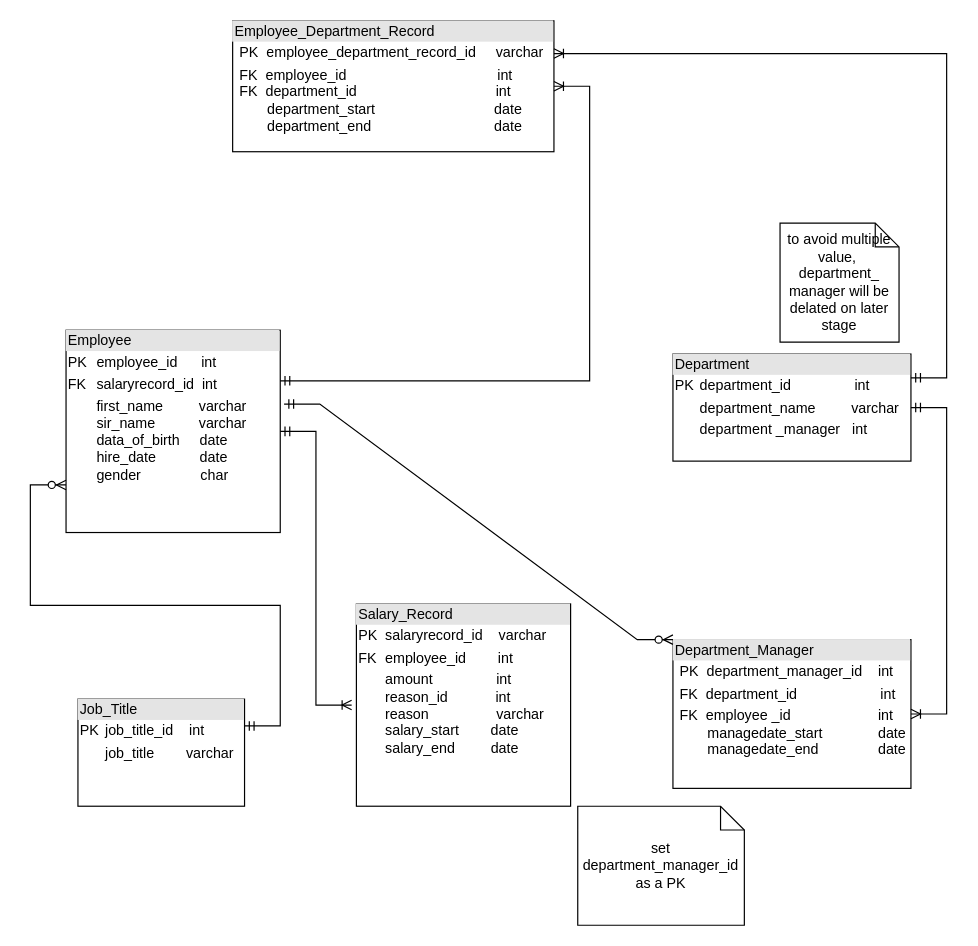
Above: page "Page-4 logical (Relational Data Model)" (4 of 5) of Untitled Diagram.drawio in eminishimoto/db_ca1 (draw.io), before the change. Source tidied: cells renumbered, new cells numbered last; positions are measured from the earlier drawing's top-left corner, leaving out a move shared by most shapes. Both pictures are drawn from the tidied source at 119%, with x=0, y=0 at pixel (65, 20).
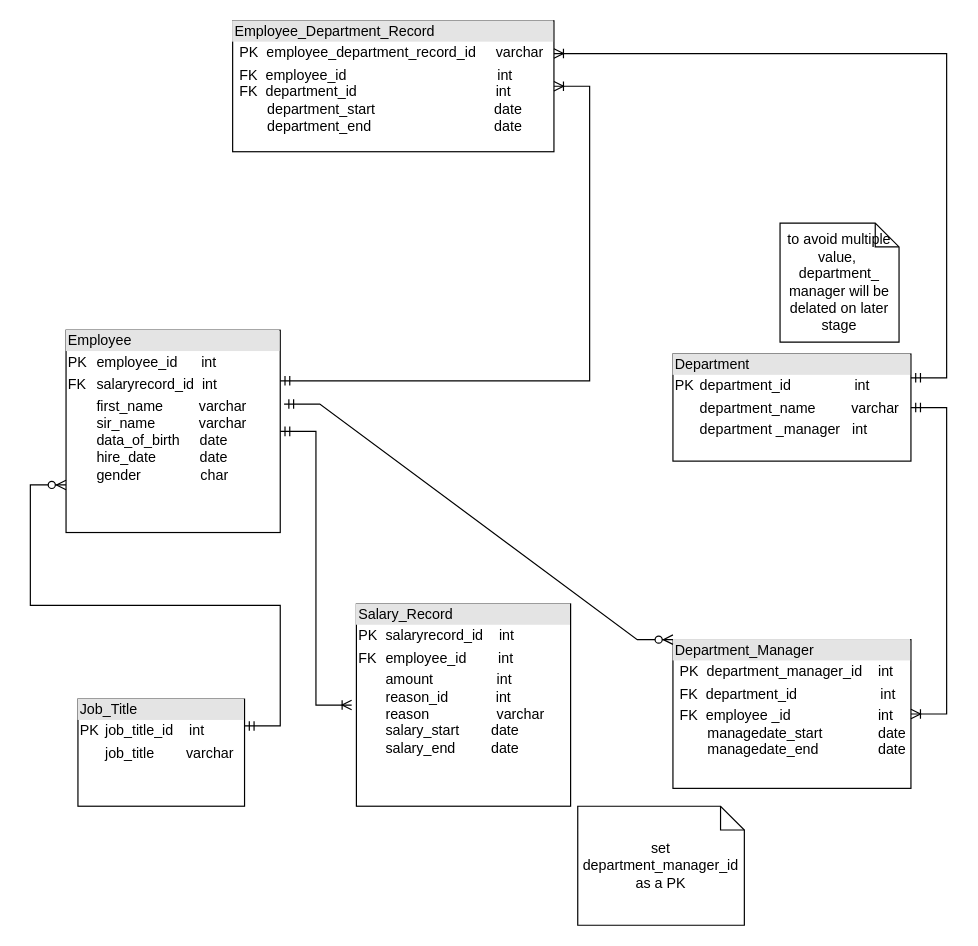
After the change.

What changed in the source:
```diff
@@
 <mxGraphModel>
   <root>
     <mxCell id="0" />
     <mxCell id="1" parent="0" />
     <mxCell id="2" value="&lt;div style=&quot;box-sizing:border-box;width:100%;background:#e4e4e4;padding:2px;&quot;&gt;Job_Title&lt;/div&gt;&lt;table style=&quot;width:100%;font-size:1em;&quot; cellpadding=&quot;2&quot; cellspacing=&quot;0&quot;&gt;&lt;tbody&gt;&lt;tr&gt;&lt;td&gt;PK&lt;/td&gt;&lt;td&gt;job_title_id&amp;nbsp; &amp;nbsp; int&lt;/td&gt;&lt;/tr&gt;&lt;tr&gt;&lt;td&gt;&lt;br&gt;&lt;/td&gt;&lt;td&gt;job_title&amp;nbsp; &amp;nbsp; &amp;nbsp; &amp;nbsp; varchar&lt;/td&gt;&lt;/tr&gt;&lt;tr&gt;&lt;td&gt;&lt;/td&gt;&lt;td&gt;&lt;br&gt;&lt;/td&gt;&lt;/tr&gt;&lt;/tbody&gt;&lt;/table&gt;" style="verticalAlign=top;align=left;overflow=fill;html=1;" parent="1" vertex="1">
       <mxGeometry x="10" y="570" width="140" height="90" as="geometry" />
     </mxCell>
     <mxCell id="3" value="&lt;div style=&quot;box-sizing:border-box;width:100%;background:#e4e4e4;padding:2px;&quot;&gt;Department&lt;/div&gt;&lt;table style=&quot;width:100%;font-size:1em;&quot; cellpadding=&quot;2&quot; cellspacing=&quot;0&quot;&gt;&lt;tbody&gt;&lt;tr&gt;&lt;td&gt;PK&lt;/td&gt;&lt;td&gt;department_id&amp;nbsp; &amp;nbsp; &amp;nbsp; &amp;nbsp; &amp;nbsp; &amp;nbsp; &amp;nbsp; &amp;nbsp; int&lt;/td&gt;&lt;/tr&gt;&lt;tr&gt;&lt;td&gt;&lt;br&gt;&lt;/td&gt;&lt;td&gt;department_name&amp;nbsp; &amp;nbsp; &amp;nbsp; &amp;nbsp; &amp;nbsp;varchar&lt;/td&gt;&lt;/tr&gt;&lt;tr&gt;&lt;td&gt;&lt;/td&gt;&lt;td&gt;department _manager&amp;nbsp; &amp;nbsp;int&lt;/td&gt;&lt;/tr&gt;&lt;/tbody&gt;&lt;/table&gt;" style="verticalAlign=top;align=left;overflow=fill;html=1;" parent="1" vertex="1">
       <mxGeometry x="510" y="280" width="200" height="90" as="geometry" />
     </mxCell>
     <mxCell id="4" value="&lt;div style=&quot;box-sizing:border-box;width:100%;background:#e4e4e4;padding:2px;&quot;&gt;Department_Manager&lt;/div&gt;&lt;table style=&quot;width:100%;font-size:1em;&quot; cellpadding=&quot;2&quot; cellspacing=&quot;0&quot;&gt;&lt;tbody&gt;&lt;tr&gt;&lt;td&gt;&lt;br&gt;&lt;/td&gt;&lt;td&gt;PK&amp;nbsp; department_manager_id&amp;nbsp; &amp;nbsp; int&lt;/td&gt;&lt;/tr&gt;&lt;tr&gt;&lt;td&gt;&lt;br&gt;&lt;/td&gt;&lt;td&gt;FK&amp;nbsp; department_id&amp;nbsp; &amp;nbsp; &amp;nbsp; &amp;nbsp; &amp;nbsp; &amp;nbsp; &amp;nbsp; &amp;nbsp; &amp;nbsp; &amp;nbsp; &amp;nbsp;int&lt;/td&gt;&lt;/tr&gt;&lt;tr&gt;&lt;td&gt;&lt;br&gt;&lt;/td&gt;&lt;td&gt;FK&amp;nbsp; employee _id&amp;nbsp; &amp;nbsp; &amp;nbsp; &amp;nbsp; &amp;nbsp; &amp;nbsp; &amp;nbsp; &amp;nbsp; &amp;nbsp; &amp;nbsp; &amp;nbsp; int&lt;br&gt;&amp;nbsp; &amp;nbsp; &amp;nbsp; &amp;nbsp;managedate_start&amp;nbsp; &amp;nbsp; &amp;nbsp; &amp;nbsp; &amp;nbsp; &amp;nbsp; &amp;nbsp; date&lt;br&gt;&amp;nbsp; &amp;nbsp; &amp;nbsp; &amp;nbsp;managedate_end&amp;nbsp; &amp;nbsp; &amp;nbsp; &amp;nbsp; &amp;nbsp; &amp;nbsp; &amp;nbsp; &amp;nbsp;date&lt;br&gt;&lt;/td&gt;&lt;/tr&gt;&lt;/tbody&gt;&lt;/table&gt;" style="verticalAlign=top;align=left;overflow=fill;html=1;" parent="1" vertex="1">
       <mxGeometry x="510" y="520" width="200" height="125" as="geometry" />
     </mxCell>
     <mxCell id="5" value="&lt;div style=&quot;box-sizing:border-box;width:100%;background:#e4e4e4;padding:2px;&quot;&gt;Employee&lt;br&gt;&lt;/div&gt;&lt;table style=&quot;width:100%;font-size:1em;&quot; cellpadding=&quot;2&quot; cellspacing=&quot;0&quot;&gt;&lt;tbody&gt;&lt;tr&gt;&lt;td&gt;PK&lt;/td&gt;&lt;td&gt;employee_id&amp;nbsp; &amp;nbsp; &amp;nbsp; int&lt;br&gt;&lt;/td&gt;&lt;/tr&gt;&lt;tr&gt;&lt;td&gt;FK&lt;/td&gt;&lt;td&gt;salaryrecord_id&amp;nbsp; int&lt;br&gt;&lt;/td&gt;&lt;/tr&gt;&lt;tr&gt;&lt;td&gt;&lt;/td&gt;&lt;td&gt;first_name&amp;nbsp; &amp;nbsp; &amp;nbsp; &amp;nbsp; &amp;nbsp;varchar&lt;br&gt;sir_name&amp;nbsp; &amp;nbsp; &amp;nbsp; &amp;nbsp; &amp;nbsp; &amp;nbsp;varchar&lt;br&gt;data_of_birth&amp;nbsp; &amp;nbsp; &amp;nbsp;date&lt;br&gt;hire_date&amp;nbsp; &amp;nbsp; &amp;nbsp; &amp;nbsp; &amp;nbsp; &amp;nbsp;date&lt;br&gt;gender&amp;nbsp; &amp;nbsp; &amp;nbsp; &amp;nbsp; &amp;nbsp; &amp;nbsp; &amp;nbsp; &amp;nbsp;char&lt;br&gt;&lt;/td&gt;&lt;/tr&gt;&lt;/tbody&gt;&lt;/table&gt;" style="verticalAlign=top;align=left;overflow=fill;html=1;" parent="1" vertex="1">
       <mxGeometry y="260" width="180" height="170" as="geometry" />
     </mxCell>
     <mxCell id="6" value="set department_manager_id&lt;br&gt;as a PK" style="shape=note;size=20;whiteSpace=wrap;html=1;" parent="1" vertex="1">
       <mxGeometry x="430" y="660" width="140" height="100" as="geometry" />
     </mxCell>
     <mxCell id="7" value="to avoid multiple value,&amp;nbsp; department_ manager will be delated on later stage" style="shape=note;size=20;whiteSpace=wrap;html=1;" parent="1" vertex="1">
       <mxGeometry x="600" y="170" width="100" height="100" as="geometry" />
     </mxCell>
     <mxCell id="8" style="edgeStyle=entityRelationEdgeStyle;fontSize=12;html=1;endArrow=ERzeroToMany;startArrow=ERmandOne;rounded=0;exitX=1;exitY=0.25;exitDx=0;exitDy=0;" parent="1" edge="1" source="2">
       <mxGeometry relative="1" as="geometry">
         <mxPoint y="390" as="targetPoint" />
       </mxGeometry>
     </mxCell>
-    <mxCell id="9" value="&lt;div style=&quot;box-sizing:border-box;width:100%;background:#e4e4e4;padding:2px;&quot;&gt;Salary_Record&lt;/div&gt;&lt;table style=&quot;width:100%;font-size:1em;&quot; cellpadding=&quot;2&quot; cellspacing=&quot;0&quot;&gt;&lt;tbody&gt;&lt;tr&gt;&lt;td&gt;PK&lt;/td&gt;&lt;td&gt;salaryrecord_id&amp;nbsp; &amp;nbsp; varchar&lt;br&gt;&lt;/td&gt;&lt;/tr&gt;&lt;tr&gt;&lt;td&gt;FK&lt;/td&gt;&lt;td&gt;employee_id&amp;nbsp; &amp;nbsp; &amp;nbsp; &amp;nbsp; int&lt;br&gt;&lt;/td&gt;&lt;/tr&gt;&lt;tr&gt;&lt;td&gt;&lt;/td&gt;&lt;td&gt;amount&amp;nbsp; &amp;nbsp; &amp;nbsp; &amp;nbsp; &amp;nbsp; &amp;nbsp; &amp;nbsp; &amp;nbsp; int&lt;br&gt;reason_id&amp;nbsp; &amp;nbsp; &amp;nbsp; &amp;nbsp; &amp;nbsp; &amp;nbsp; int&lt;br&gt;reason&amp;nbsp; &amp;nbsp; &amp;nbsp; &amp;nbsp; &amp;nbsp; &amp;nbsp; &amp;nbsp; &amp;nbsp; &amp;nbsp;varchar&lt;br&gt;salary_start&amp;nbsp; &amp;nbsp; &amp;nbsp; &amp;nbsp; date&lt;br&gt;salary_end&amp;nbsp; &amp;nbsp; &amp;nbsp; &amp;nbsp; &amp;nbsp;date&lt;br&gt;&lt;br&gt;&lt;/td&gt;&lt;/tr&gt;&lt;/tbody&gt;&lt;/table&gt;" style="verticalAlign=top;align=left;overflow=fill;html=1;" parent="1" vertex="1">
+    <mxCell id="9" value="&lt;div style=&quot;box-sizing:border-box;width:100%;background:#e4e4e4;padding:2px;&quot;&gt;Salary_Record&lt;/div&gt;&lt;table style=&quot;width:100%;font-size:1em;&quot; cellpadding=&quot;2&quot; cellspacing=&quot;0&quot;&gt;&lt;tbody&gt;&lt;tr&gt;&lt;td&gt;PK&lt;/td&gt;&lt;td&gt;salaryrecord_id&amp;nbsp; &amp;nbsp; int&lt;br&gt;&lt;/td&gt;&lt;/tr&gt;&lt;tr&gt;&lt;td&gt;FK&lt;/td&gt;&lt;td&gt;employee_id&amp;nbsp; &amp;nbsp; &amp;nbsp; &amp;nbsp; int&lt;br&gt;&lt;/td&gt;&lt;/tr&gt;&lt;tr&gt;&lt;td&gt;&lt;/td&gt;&lt;td&gt;amount&amp;nbsp; &amp;nbsp; &amp;nbsp; &amp;nbsp; &amp;nbsp; &amp;nbsp; &amp;nbsp; &amp;nbsp; int&lt;br&gt;reason_id&amp;nbsp; &amp;nbsp; &amp;nbsp; &amp;nbsp; &amp;nbsp; &amp;nbsp; int&lt;br&gt;reason&amp;nbsp; &amp;nbsp; &amp;nbsp; &amp;nbsp; &amp;nbsp; &amp;nbsp; &amp;nbsp; &amp;nbsp; &amp;nbsp;varchar&lt;br&gt;salary_start&amp;nbsp; &amp;nbsp; &amp;nbsp; &amp;nbsp; date&lt;br&gt;salary_end&amp;nbsp; &amp;nbsp; &amp;nbsp; &amp;nbsp; &amp;nbsp;date&lt;br&gt;&lt;br&gt;&lt;/td&gt;&lt;/tr&gt;&lt;/tbody&gt;&lt;/table&gt;" style="verticalAlign=top;align=left;overflow=fill;html=1;" parent="1" vertex="1">
       <mxGeometry x="244" y="490" width="180" height="170" as="geometry" />
     </mxCell>
     <mxCell id="10" value="&lt;div style=&quot;box-sizing:border-box;width:100%;background:#e4e4e4;padding:2px;&quot;&gt;Employee_Department_Record&lt;br&gt;&lt;/div&gt;&lt;table style=&quot;width:100%;font-size:1em;&quot; cellpadding=&quot;2&quot; cellspacing=&quot;0&quot;&gt;&lt;tbody&gt;&lt;tr&gt;&lt;td&gt;&lt;/td&gt;&lt;td&gt;PK&amp;nbsp; e&lt;span style=&quot;background-color: rgb(255, 255, 255);&quot;&gt;mployee_department_record&lt;/span&gt;_id&amp;nbsp; &amp;nbsp; &amp;nbsp;varchar&lt;br&gt;&lt;/td&gt;&lt;/tr&gt;&lt;tr&gt;&lt;td&gt;&lt;br&gt;&lt;/td&gt;&lt;td&gt;FK&amp;nbsp; employee_id&amp;nbsp; &amp;nbsp; &amp;nbsp; &amp;nbsp; &amp;nbsp; &amp;nbsp; &amp;nbsp; &amp;nbsp; &amp;nbsp; &amp;nbsp; &amp;nbsp; &amp;nbsp; &amp;nbsp; &amp;nbsp; &amp;nbsp; &amp;nbsp; &amp;nbsp; &amp;nbsp; &amp;nbsp; int&lt;br&gt;FK&amp;nbsp; department_id&amp;nbsp; &amp;nbsp; &amp;nbsp; &amp;nbsp; &amp;nbsp; &amp;nbsp; &amp;nbsp; &amp;nbsp; &amp;nbsp; &amp;nbsp; &amp;nbsp; &amp;nbsp; &amp;nbsp; &amp;nbsp; &amp;nbsp; &amp;nbsp; &amp;nbsp; &amp;nbsp;int&lt;br&gt;&amp;nbsp; &amp;nbsp; &amp;nbsp; &amp;nbsp;department_start&amp;nbsp; &amp;nbsp; &amp;nbsp; &amp;nbsp; &amp;nbsp; &amp;nbsp; &amp;nbsp; &amp;nbsp; &amp;nbsp; &amp;nbsp; &amp;nbsp; &amp;nbsp; &amp;nbsp; &amp;nbsp; &amp;nbsp; date&lt;br&gt;&amp;nbsp; &amp;nbsp; &amp;nbsp; &amp;nbsp;department_end&amp;nbsp; &amp;nbsp; &amp;nbsp; &amp;nbsp; &amp;nbsp; &amp;nbsp; &amp;nbsp; &amp;nbsp; &amp;nbsp; &amp;nbsp; &amp;nbsp; &amp;nbsp; &amp;nbsp; &amp;nbsp; &amp;nbsp; &amp;nbsp;date&lt;/td&gt;&lt;/tr&gt;&lt;tr&gt;&lt;td&gt;&lt;/td&gt;&lt;td&gt;&lt;br&gt;&lt;/td&gt;&lt;/tr&gt;&lt;/tbody&gt;&lt;/table&gt;" style="verticalAlign=top;align=left;overflow=fill;html=1;" parent="1" vertex="1">
       <mxGeometry x="140" width="270" height="110" as="geometry" />
     </mxCell>
     <mxCell id="11" style="edgeStyle=entityRelationEdgeStyle;fontSize=12;html=1;endArrow=ERoneToMany;startArrow=ERmandOne;rounded=0;" parent="1" edge="1" source="3" target="4">
       <mxGeometry relative="1" as="geometry" />
     </mxCell>
     <mxCell id="12" style="edgeStyle=entityRelationEdgeStyle;fontSize=12;html=1;endArrow=ERoneToMany;startArrow=ERmandOne;rounded=0;entryX=1;entryY=0.25;entryDx=0;entryDy=0;" parent="1" edge="1" target="10">
       <mxGeometry relative="1" as="geometry">
         <mxPoint x="710" y="300" as="sourcePoint" />
       </mxGeometry>
     </mxCell>
     <mxCell id="13" style="edgeStyle=entityRelationEdgeStyle;fontSize=12;html=1;endArrow=ERoneToMany;startArrow=ERmandOne;rounded=0;exitX=1;exitY=0.25;exitDx=0;exitDy=0;" parent="1" edge="1" source="5" target="10">
       <mxGeometry relative="1" as="geometry" />
     </mxCell>
     <mxCell id="14" style="edgeStyle=entityRelationEdgeStyle;fontSize=12;html=1;endArrow=ERoneToMany;startArrow=ERmandOne;rounded=0;exitX=1;exitY=0.5;exitDx=0;exitDy=0;" parent="1" edge="1" source="5">
       <mxGeometry relative="1" as="geometry">
         <mxPoint x="240" y="575" as="targetPoint" />
       </mxGeometry>
     </mxCell>
     <mxCell id="15" style="edgeStyle=entityRelationEdgeStyle;fontSize=12;html=1;endArrow=ERzeroToMany;startArrow=ERmandOne;rounded=0;exitX=1.018;exitY=0.365;exitDx=0;exitDy=0;exitPerimeter=0;entryX=0;entryY=0;entryDx=0;entryDy=0;" parent="1" edge="1" source="5" target="4">
       <mxGeometry relative="1" as="geometry" />
     </mxCell>
   </root>
 </mxGraphModel>
```
